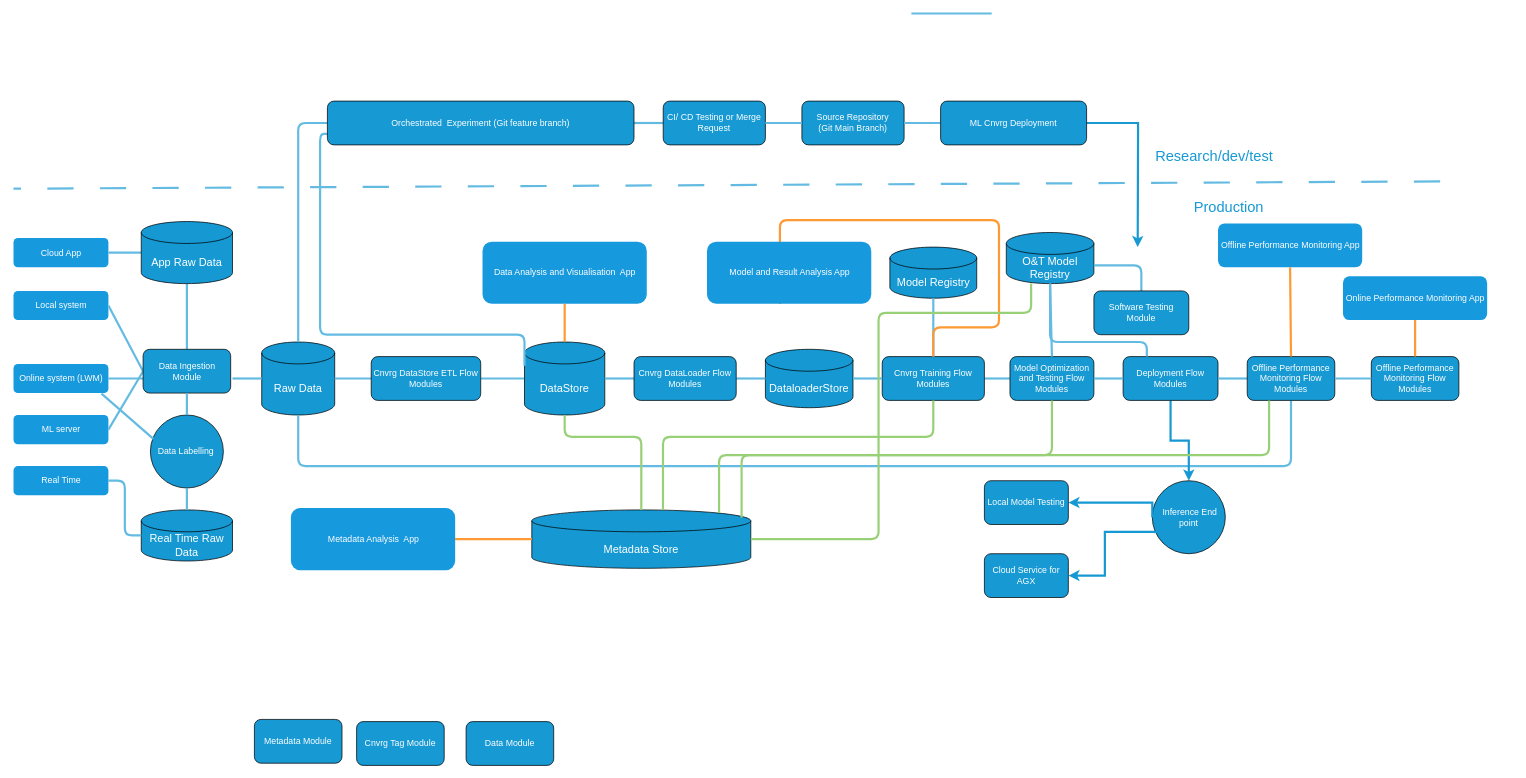
Before: Untitled Diagram.drawio in mj1156/Face_Detection-Machine-Learning, a draw.io diagram. Source tidied: cells renumbered, new cells numbered last; positions are measured from the earlier drawing's top-left corner, leaving out a move shared by most shapes. Both pictures are drawn from the tidied source at 73%, with x=0, y=0 at pixel (13, 13).
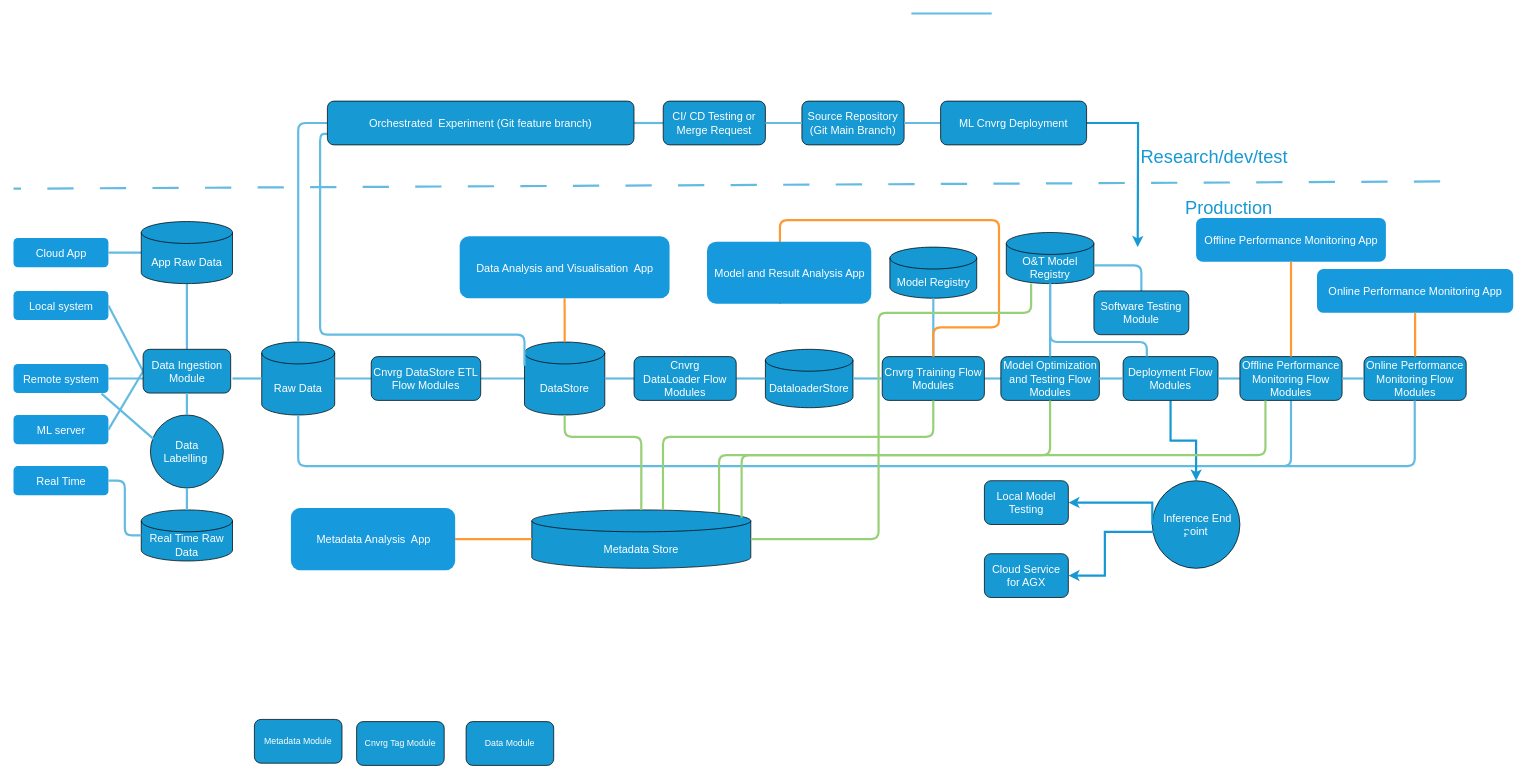
After the change.

Change to the diagram source:
```diff
@@
-    <mxCell id="2" value="Cloud App" style="rounded=1;fillColor=#1799dd;strokeColor=none;strokeWidth=3;shadow=0;html=1;fontColor=#FFFFFF;" parent="1" vertex="1">
+    <mxCell id="2" value="&lt;font style=&quot;font-size: 15px;&quot;&gt;Cloud App&lt;/font&gt;" style="rounded=1;fillColor=#1799dd;strokeColor=none;strokeWidth=3;shadow=0;html=1;fontColor=#FFFFFF;" parent="1" vertex="1">
       <mxGeometry y="307.5" width="130" height="40" as="geometry" />
     </mxCell>
@@
-    <mxCell id="4" value="Local system" style="rounded=1;fillColor=#1799dd;strokeColor=none;strokeWidth=3;shadow=0;html=1;fontColor=#FFFFFF;" parent="1" vertex="1">
+    <mxCell id="4" value="&lt;font style=&quot;font-size: 15px;&quot;&gt;Local system&lt;/font&gt;" style="rounded=1;fillColor=#1799dd;strokeColor=none;strokeWidth=3;shadow=0;html=1;fontColor=#FFFFFF;" parent="1" vertex="1">
       <mxGeometry y="380" width="130" height="40" as="geometry" />
     </mxCell>
-    <mxCell id="5" value="Online system (LWM)" style="rounded=1;fillColor=#1799dd;strokeColor=none;strokeWidth=3;shadow=0;html=1;fontColor=#FFFFFF;" parent="1" vertex="1">
+    <mxCell id="5" value="&lt;font style=&quot;font-size: 15px;&quot;&gt;Remote system&lt;/font&gt;" style="rounded=1;fillColor=#1799dd;strokeColor=none;strokeWidth=3;shadow=0;html=1;fontColor=#FFFFFF;" parent="1" vertex="1">
       <mxGeometry y="480" width="130" height="40" as="geometry" />
     </mxCell>
-    <mxCell id="6" value="Real Time" style="rounded=1;fillColor=#1799dd;strokeColor=none;strokeWidth=3;shadow=0;html=1;fontColor=#FFFFFF;" parent="1" vertex="1">
+    <mxCell id="6" value="&lt;font style=&quot;font-size: 15px;&quot;&gt;Real Time&lt;/font&gt;" style="rounded=1;fillColor=#1799dd;strokeColor=none;strokeWidth=3;shadow=0;html=1;fontColor=#FFFFFF;" parent="1" vertex="1">
       <mxGeometry y="620" width="130" height="40" as="geometry" />
     </mxCell>
-    <mxCell id="7" value="ML server" style="rounded=1;fillColor=#1799dd;strokeColor=none;strokeWidth=3;shadow=0;html=1;fontColor=#FFFFFF;" parent="1" vertex="1">
+    <mxCell id="7" value="&lt;font style=&quot;font-size: 15px;&quot;&gt;ML server&lt;/font&gt;" style="rounded=1;fillColor=#1799dd;strokeColor=none;strokeWidth=3;shadow=0;html=1;fontColor=#FFFFFF;" parent="1" vertex="1">
       <mxGeometry y="550" width="130" height="40" as="geometry" />
     </mxCell>
@@
-    <mxCell id="20" value="&lt;font color=&quot;#ffffff&quot;&gt;Data Ingestion Module&lt;/font&gt;" style="rounded=1;whiteSpace=wrap;html=1;fillColor=#1799d3;" parent="1" vertex="1">
+    <mxCell id="20" value="&lt;font style=&quot;font-size: 15px;&quot; color=&quot;#ffffff&quot;&gt;Data Ingestion Module&lt;/font&gt;" style="rounded=1;whiteSpace=wrap;html=1;fillColor=#1799d3;" parent="1" vertex="1">
       <mxGeometry x="177.5" y="460" width="120" height="60" as="geometry" />
     </mxCell>
@@
-    <mxCell id="23" value="&lt;font color=&quot;#ffffff&quot;&gt;Cnvrg DataStore ETL Flow Modules&lt;/font&gt;" style="rounded=1;whiteSpace=wrap;html=1;fillColor=#1799d3;" parent="1" vertex="1">
+    <mxCell id="23" value="&lt;font style=&quot;font-size: 15px;&quot; color=&quot;#ffffff&quot;&gt;Cnvrg DataStore ETL Flow Modules&lt;/font&gt;" style="rounded=1;whiteSpace=wrap;html=1;fillColor=#1799d3;" parent="1" vertex="1">
       <mxGeometry x="490" y="470" width="150" height="60" as="geometry" />
     </mxCell>
@@
-    <mxCell id="31" value="&lt;font color=&quot;#ffffff&quot;&gt;Cnvrg DataLoader&amp;nbsp;Flow Modules&lt;/font&gt;" style="rounded=1;whiteSpace=wrap;html=1;fillColor=#1799d3;" parent="1" vertex="1">
+    <mxCell id="31" value="&lt;font style=&quot;font-size: 15px;&quot; color=&quot;#ffffff&quot;&gt;Cnvrg DataLoader&amp;nbsp;Flow Modules&lt;/font&gt;" style="rounded=1;whiteSpace=wrap;html=1;fillColor=#1799d3;" parent="1" vertex="1">
       <mxGeometry x="850" y="470" width="140" height="60" as="geometry" />
     </mxCell>
-    <mxCell id="32" value="&lt;font color=&quot;#ffffff&quot;&gt;Cnvrg Training Flow Modules&lt;/font&gt;" style="rounded=1;whiteSpace=wrap;html=1;fillColor=#1799d3;" parent="1" vertex="1">
+    <mxCell id="32" value="&lt;font style=&quot;font-size: 15px;&quot; color=&quot;#ffffff&quot;&gt;Cnvrg Training Flow Modules&lt;/font&gt;" style="rounded=1;whiteSpace=wrap;html=1;fillColor=#1799d3;" parent="1" vertex="1">
       <mxGeometry x="1190" y="470" width="140" height="60" as="geometry" />
     </mxCell>
@@
-    <mxCell id="35" value="&lt;font color=&quot;#ffffff&quot;&gt;Model Optimization and Testing Flow Modules&lt;/font&gt;" style="rounded=1;whiteSpace=wrap;html=1;fillColor=#1799d3;" parent="1" vertex="1">
-      <mxGeometry x="1365" y="470" width="115" height="60" as="geometry" />
+    <mxCell id="35" value="&lt;font style=&quot;font-size: 15px;&quot; color=&quot;#ffffff&quot;&gt;Model Optimization and Testing Flow Modules&lt;/font&gt;" style="rounded=1;whiteSpace=wrap;html=1;fillColor=#1799d3;" parent="1" vertex="1">
+      <mxGeometry x="1352.5" y="470" width="135" height="60" as="geometry" />
     </mxCell>
@@
-    <mxCell id="37" value="&lt;font color=&quot;#ffffff&quot;&gt;Deployment Flow Modules&lt;/font&gt;" style="rounded=1;whiteSpace=wrap;html=1;fillColor=#1799d3;" parent="1" vertex="1">
+    <mxCell id="37" value="&lt;font style=&quot;font-size: 15px;&quot; color=&quot;#ffffff&quot;&gt;Deployment Flow Modules&lt;/font&gt;" style="rounded=1;whiteSpace=wrap;html=1;fillColor=#1799d3;" parent="1" vertex="1">
       <mxGeometry x="1520" y="470" width="130" height="60" as="geometry" />
     </mxCell>
@@
-    <mxCell id="43" value="&lt;font color=&quot;#ffffff&quot;&gt;Offline Performance Monitoring Flow Modules&lt;br&gt;&lt;/font&gt;" style="rounded=1;whiteSpace=wrap;html=1;fillColor=#1799d3;" parent="1" vertex="1">
-      <mxGeometry x="1690" y="470" width="120" height="60" as="geometry" />
+    <mxCell id="43" value="&lt;font color=&quot;#ffffff&quot;&gt;&lt;font style=&quot;font-size: 15px;&quot;&gt;Offline Performance Monitoring Flow Modules&lt;/font&gt;&lt;br&gt;&lt;/font&gt;" style="rounded=1;whiteSpace=wrap;html=1;fillColor=#1799d3;" parent="1" vertex="1">
+      <mxGeometry x="1680" y="470" width="140" height="60" as="geometry" />
     </mxCell>
-    <mxCell id="44" value="Data Analysis and Visualisation&amp;nbsp; App" style="rounded=1;fillColor=#1799dd;strokeColor=none;strokeWidth=3;shadow=0;html=1;fontColor=#FFFFFF;" parent="1" vertex="1">
-      <mxGeometry x="642.5" y="312.5" width="225" height="85" as="geometry" />
+    <mxCell id="44" value="&lt;font style=&quot;font-size: 15px;&quot;&gt;Data Analysis and Visualisation&amp;nbsp; App&lt;/font&gt;" style="rounded=1;fillColor=#1799dd;strokeColor=none;strokeWidth=3;shadow=0;html=1;fontColor=#FFFFFF;" parent="1" vertex="1">
+      <mxGeometry x="611.2" y="305" width="287.5" height="85" as="geometry" />
     </mxCell>
@@
-    <mxCell id="47" value="Model and Result Analysis App" style="rounded=1;fillColor=#1799dd;strokeColor=none;strokeWidth=3;shadow=0;html=1;fontColor=#FFFFFF;" parent="1" vertex="1">
+    <mxCell id="47" value="&lt;font style=&quot;font-size: 15px;&quot;&gt;Model and Result Analysis App&lt;/font&gt;" style="rounded=1;fillColor=#1799dd;strokeColor=none;strokeWidth=3;shadow=0;html=1;fontColor=#FFFFFF;" parent="1" vertex="1">
       <mxGeometry x="950" y="312.5" width="225" height="85" as="geometry" />
     </mxCell>
-    <mxCell id="48" value="Offline Performance Monitoring App" style="rounded=1;fillColor=#1799dd;strokeColor=none;strokeWidth=3;shadow=0;html=1;fontColor=#FFFFFF;" parent="1" vertex="1">
-      <mxGeometry x="1650" y="287.5" width="197.5" height="60" as="geometry" />
+    <mxCell id="48" value="&lt;font style=&quot;font-size: 15px;&quot;&gt;Offline Performance Monitoring App&lt;/font&gt;" style="rounded=1;fillColor=#1799dd;strokeColor=none;strokeWidth=3;shadow=0;html=1;fontColor=#FFFFFF;" parent="1" vertex="1">
+      <mxGeometry x="1620" y="280" width="260" height="60" as="geometry" />
     </mxCell>
@@
-    <mxCell id="52" value="Metadata Analysis&amp;nbsp; App" style="rounded=1;fillColor=#1799dd;strokeColor=none;strokeWidth=3;shadow=0;html=1;fontColor=#FFFFFF;" parent="1" vertex="1">
+    <mxCell id="52" value="&lt;font style=&quot;font-size: 15px;&quot;&gt;Metadata Analysis&amp;nbsp; App&lt;/font&gt;" style="rounded=1;fillColor=#1799dd;strokeColor=none;strokeWidth=3;shadow=0;html=1;fontColor=#FFFFFF;" parent="1" vertex="1">
       <mxGeometry x="380" y="677.5" width="225" height="85" as="geometry" />
     </mxCell>
-    <mxCell id="53" value="&lt;font color=&quot;#ffffff&quot;&gt;Orchestrated&amp;nbsp; Experiment (Git feature branch)&lt;/font&gt;" style="rounded=1;whiteSpace=wrap;html=1;fillColor=#1799d3;" parent="1" vertex="1">
+    <mxCell id="53" value="&lt;font style=&quot;font-size: 15px;&quot; color=&quot;#ffffff&quot;&gt;Orchestrated&amp;nbsp; Experiment (Git feature branch)&lt;/font&gt;" style="rounded=1;whiteSpace=wrap;html=1;fillColor=#1799d3;" parent="1" vertex="1">
       <mxGeometry x="430" y="120" width="420" height="60" as="geometry" />
     </mxCell>
-    <mxCell id="54" value="&lt;font color=&quot;#ffffff&quot;&gt;CI/ CD Testing or Merge Request&lt;/font&gt;" style="rounded=1;whiteSpace=wrap;html=1;fillColor=#1799d3;" parent="1" vertex="1">
+    <mxCell id="54" value="&lt;font style=&quot;font-size: 15px;&quot; color=&quot;#ffffff&quot;&gt;CI/ CD Testing or Merge Request&lt;/font&gt;" style="rounded=1;whiteSpace=wrap;html=1;fillColor=#1799d3;" parent="1" vertex="1">
       <mxGeometry x="890" y="120" width="140" height="60" as="geometry" />
     </mxCell>
-    <mxCell id="55" value="&lt;font color=&quot;#ffffff&quot;&gt;Source Repository&lt;br&gt;(Git Main Branch)&lt;/font&gt;" style="rounded=1;whiteSpace=wrap;html=1;fillColor=#1799d3;" parent="1" vertex="1">
+    <mxCell id="55" value="&lt;font style=&quot;font-size: 15px;&quot; color=&quot;#ffffff&quot;&gt;Source Repository&lt;br&gt;(Git Main Branch)&lt;/font&gt;" style="rounded=1;whiteSpace=wrap;html=1;fillColor=#1799d3;" parent="1" vertex="1">
       <mxGeometry x="1080" y="120" width="140" height="60" as="geometry" />
     </mxCell>
@@
-    <mxCell id="61" value="&lt;font color=&quot;#ffffff&quot;&gt;ML Cnvrg Deployment&lt;/font&gt;" style="rounded=1;whiteSpace=wrap;html=1;fillColor=#1799d3;" parent="1" vertex="1">
+    <mxCell id="61" value="&lt;font style=&quot;font-size: 15px;&quot; color=&quot;#ffffff&quot;&gt;ML Cnvrg Deployment&lt;/font&gt;" style="rounded=1;whiteSpace=wrap;html=1;fillColor=#1799d3;" parent="1" vertex="1">
       <mxGeometry x="1270" y="120" width="200" height="60" as="geometry" />
     </mxCell>
-    <mxCell id="62" value="&lt;font style=&quot;font-size: 20px;&quot; color=&quot;#1799d3&quot;&gt;Research/dev/test&lt;/font&gt;" style="text;html=1;strokeColor=none;fillColor=none;align=center;verticalAlign=middle;whiteSpace=wrap;rounded=0;" parent="1" vertex="1">
+    <mxCell id="62" value="&lt;font style=&quot;font-size: 25px;&quot; color=&quot;#1799d3&quot;&gt;Research/dev/test&lt;/font&gt;" style="text;html=1;strokeColor=none;fillColor=none;align=center;verticalAlign=middle;whiteSpace=wrap;rounded=0;" parent="1" vertex="1">
       <mxGeometry x="1570" y="180" width="150" height="30" as="geometry" />
     </mxCell>
-    <mxCell id="63" value="&lt;font color=&quot;#1799d3&quot;&gt;&lt;span style=&quot;font-size: 20px;&quot;&gt;Production&lt;/span&gt;&lt;/font&gt;" style="text;html=1;strokeColor=none;fillColor=none;align=center;verticalAlign=middle;whiteSpace=wrap;rounded=0;" parent="1" vertex="1">
+    <mxCell id="63" value="&lt;font style=&quot;font-size: 25px;&quot; color=&quot;#1799d3&quot;&gt;Production&lt;/font&gt;" style="text;html=1;strokeColor=none;fillColor=none;align=center;verticalAlign=middle;whiteSpace=wrap;rounded=0;" parent="1" vertex="1">
       <mxGeometry x="1570" y="250" width="190" height="30" as="geometry" />
     </mxCell>
@@
-    <mxCell id="65" value="&lt;font color=&quot;#ffffff&quot;&gt;Software Testing Module&lt;/font&gt;" style="rounded=1;whiteSpace=wrap;html=1;fillColor=#1799d3;" parent="1" vertex="1">
+    <mxCell id="65" value="&lt;font style=&quot;font-size: 15px;&quot; color=&quot;#ffffff&quot;&gt;Software Testing Module&lt;/font&gt;" style="rounded=1;whiteSpace=wrap;html=1;fillColor=#1799d3;" parent="1" vertex="1">
       <mxGeometry x="1480" y="380" width="130" height="60" as="geometry" />
     </mxCell>
-    <mxCell id="66" value="&lt;font color=&quot;#ffffff&quot;&gt;&amp;nbsp;Inference End point&lt;/font&gt;" style="ellipse;whiteSpace=wrap;html=1;fillColor=#1699D3;" parent="1" vertex="1">
-      <mxGeometry x="1560" y="640" width="100" height="100" as="geometry" />
+    <mxCell id="66" value="&lt;font style=&quot;font-size: 15px;&quot; color=&quot;#ffffff&quot;&gt;&amp;nbsp;Inference End point&lt;/font&gt;" style="ellipse;whiteSpace=wrap;html=1;fillColor=#1699D3;" parent="1" vertex="1">
+      <mxGeometry x="1560" y="640" width="120" height="120" as="geometry" />
     </mxCell>
@@
-    <mxCell id="74" value="&lt;font color=&quot;#ffffff&quot;&gt;Local Model Testing&lt;/font&gt;" style="rounded=1;whiteSpace=wrap;html=1;fillColor=#1799d3;" parent="1" vertex="1">
+    <mxCell id="74" value="&lt;font style=&quot;font-size: 15px;&quot; color=&quot;#ffffff&quot;&gt;Local Model Testing&lt;/font&gt;" style="rounded=1;whiteSpace=wrap;html=1;fillColor=#1799d3;" parent="1" vertex="1">
       <mxGeometry x="1330" y="640" width="115" height="60" as="geometry" />
     </mxCell>
-    <mxCell id="75" value="&lt;font color=&quot;#ffffff&quot;&gt;Cloud Service for AGX&lt;/font&gt;" style="rounded=1;whiteSpace=wrap;html=1;fillColor=#1799d3;" parent="1" vertex="1">
+    <mxCell id="75" value="&lt;font style=&quot;font-size: 15px;&quot; color=&quot;#ffffff&quot;&gt;Cloud Service for AGX&lt;/font&gt;" style="rounded=1;whiteSpace=wrap;html=1;fillColor=#1799d3;" parent="1" vertex="1">
       <mxGeometry x="1330" y="740" width="115" height="60" as="geometry" />
     </mxCell>
@@
-    <mxCell id="77" value="&lt;font color=&quot;#ffffff&quot;&gt;Offline Performance Monitoring Flow Modules&lt;br&gt;&lt;/font&gt;" style="rounded=1;whiteSpace=wrap;html=1;fillColor=#1799d3;" parent="1" vertex="1">
-      <mxGeometry x="1860" y="470" width="120" height="60" as="geometry" />
+    <mxCell id="77" value="&lt;font color=&quot;#ffffff&quot;&gt;&lt;font style=&quot;font-size: 15px;&quot;&gt;Online Performance Monitoring Flow Modules&lt;/font&gt;&lt;br&gt;&lt;/font&gt;" style="rounded=1;whiteSpace=wrap;html=1;fillColor=#1799d3;" parent="1" vertex="1">
+      <mxGeometry x="1850" y="470" width="140" height="60" as="geometry" />
     </mxCell>
-    <mxCell id="78" value="Online Performance Monitoring App" style="rounded=1;fillColor=#1799dd;strokeColor=none;strokeWidth=3;shadow=0;html=1;fontColor=#FFFFFF;" parent="1" vertex="1">
-      <mxGeometry x="1821.2" y="360" width="197.5" height="60" as="geometry" />
+    <mxCell id="78" value="&lt;font style=&quot;font-size: 15px;&quot;&gt;Online Performance Monitoring App&lt;/font&gt;" style="rounded=1;fillColor=#1799dd;strokeColor=none;strokeWidth=3;shadow=0;html=1;fontColor=#FFFFFF;" parent="1" vertex="1">
+      <mxGeometry x="1785.6" y="350" width="268.8" height="60" as="geometry" />
     </mxCell>
@@
-    <mxCell id="81" value="&lt;font color=&quot;#ffffff&quot;&gt;Data Labelling&amp;nbsp;&lt;/font&gt;" style="ellipse;whiteSpace=wrap;html=1;fillColor=#1699D3;" parent="1" vertex="1">
+    <mxCell id="81" value="&lt;font style=&quot;font-size: 15px;&quot; color=&quot;#ffffff&quot;&gt;Data Labelling&amp;nbsp;&lt;/font&gt;" style="ellipse;whiteSpace=wrap;html=1;fillColor=#1699D3;" parent="1" vertex="1">
       <mxGeometry x="187.5" y="550" width="100" height="100" as="geometry" />
     </mxCell>
@@
+    <mxCell id="87" style="edgeStyle=orthogonalEdgeStyle;endArrow=none;strokeWidth=3;strokeColor=#64BBE2;html=1;exitX=0.5;exitY=1;exitDx=0;exitDy=0;exitPerimeter=0;" parent="1" edge="1">
+      <mxGeometry x="-221.5" y="56.5" as="geometry">
+        <mxPoint x="1919.5" y="530" as="sourcePoint" />
+        <mxPoint x="1740" y="620" as="targetPoint" />
+        <Array as="points">
+          <mxPoint x="1920" y="620" />
+        </Array>
+      </mxGeometry>
+    </mxCell>
```
